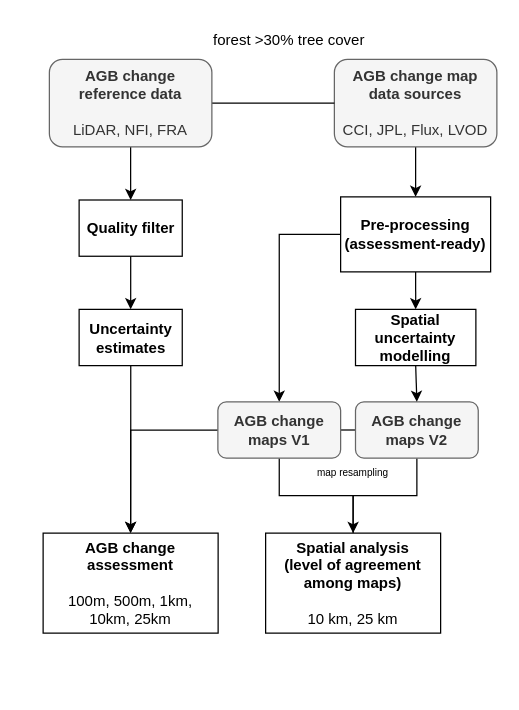
Above: paper2.drawio in arnanaraza/diagrams (draw.io), before the change. Source tidied: cells renumbered, new cells numbered last; positions are measured from the earlier drawing's top-left corner, leaving out a move shared by most shapes. Both pictures are drawn from the tidied source at 125%, with x=0, y=0 at pixel (42, 21).
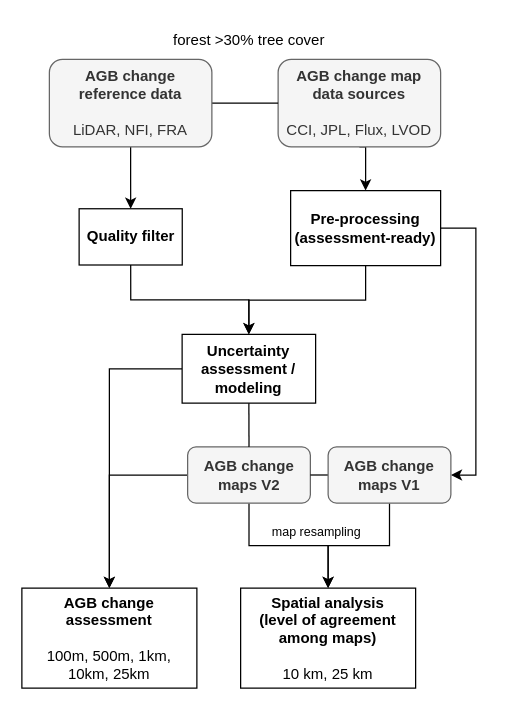
The same diagram, later.

What changed in the source:
```diff
@@
     <mxCell id="3" value="&lt;b&gt;AGB change map data sources&lt;br&gt;&lt;/b&gt;&lt;br&gt;CCI, JPL, Flux, LVOD&lt;span style=&quot;font-family: &amp;#34;helvetica&amp;#34;&quot;&gt;&lt;br&gt;&lt;/span&gt;" style="rounded=1;whiteSpace=wrap;html=1;fillColor=#f5f5f5;fontColor=#333333;strokeColor=#666666;" parent="1" vertex="1">
-      <mxGeometry x="233" y="30" width="130" height="70" as="geometry" />
+      <mxGeometry x="188" y="30" width="130" height="70" as="geometry" />
     </mxCell>
-    <mxCell id="4" style="edgeStyle=orthogonalEdgeStyle;rounded=0;jettySize=auto;html=1;exitX=0;exitY=0.5;exitDx=0;exitDy=0;entryX=1;entryY=0.5;entryDx=0;entryDy=0;endArrow=none;endFill=0;" parent="1" edge="1" source="6" target="24">
-      <mxGeometry relative="1" as="geometry" />
-    </mxCell>
-    <mxCell id="5" style="edgeStyle=orthogonalEdgeStyle;rounded=0;jettySize=auto;html=1;exitX=0.5;exitY=1;exitDx=0;exitDy=0;entryX=0.5;entryY=0;entryDx=0;entryDy=0;endArrow=none;endFill=0;" parent="1" edge="1" source="6" target="11">
+    <mxCell id="5" style="edgeStyle=orthogonalEdgeStyle;rounded=0;jettySize=auto;html=1;exitX=0.5;exitY=1;exitDx=0;exitDy=0;entryX=0.5;entryY=0;entryDx=0;entryDy=0;fontSize=10;endArrow=classic;endFill=1;" parent="1" edge="1" source="6" target="11">
       <mxGeometry relative="1" as="geometry" />
     </mxCell>
+    <mxCell id="26" style="edgeStyle=orthogonalEdgeStyle;rounded=0;jettySize=auto;html=1;exitX=0;exitY=0.5;exitDx=0;exitDy=0;entryX=0.5;entryY=0;entryDx=0;entryDy=0;fontSize=10;endArrow=classic;endFill=1;" parent="1" edge="1" source="6" target="7">
+      <mxGeometry relative="1" as="geometry" />
+    </mxCell>
     <mxCell id="6" value="&lt;b&gt;AGB change maps V2&lt;br&gt;&lt;/b&gt;" style="rounded=1;whiteSpace=wrap;html=1;fillColor=#f5f5f5;strokeColor=#666666;fontColor=#333333;" parent="1" vertex="1">
-      <mxGeometry x="249.9" y="304" width="98.2" height="45" as="geometry" />
+      <mxGeometry x="115.6" y="340" width="98.2" height="45" as="geometry" />
     </mxCell>
     <mxCell id="7" value="&lt;b&gt;AGB change assessment&lt;/b&gt;&lt;br&gt;&lt;br&gt;100m, 500m, 1km, &lt;br&gt;10km, 25km" style="rounded=0;whiteSpace=wrap;html=1;" parent="1" vertex="1">
-      <mxGeometry y="409" width="140" height="80" as="geometry" />
+      <mxGeometry x="-17" y="453" width="140" height="80" as="geometry" />
     </mxCell>
-    <mxCell id="8" style="edgeStyle=orthogonalEdgeStyle;rounded=0;jettySize=auto;html=1;exitX=0.5;exitY=1;exitDx=0;exitDy=0;entryX=0.5;entryY=0;entryDx=0;entryDy=0;" parent="1" edge="1" source="9" target="6">
-      <mxGeometry relative="1" as="geometry" />
-    </mxCell>
-    <mxCell id="9" value="&lt;b&gt;Spatial uncertainty modelling &lt;br&gt;&lt;/b&gt;" style="rounded=0;whiteSpace=wrap;html=1;" parent="1" vertex="1">
-      <mxGeometry x="249.9" y="230" width="96.3" height="45" as="geometry" />
-    </mxCell>
     <mxCell id="10" value="forest &amp;gt;30% tree cover" style="text;html=1;strokeColor=none;fillColor=none;align=center;verticalAlign=middle;whiteSpace=wrap;rounded=0;" parent="1" vertex="1">
-      <mxGeometry x="98" width="197.5" height="30" as="geometry" />
+      <mxGeometry x="65.9" width="197.5" height="30" as="geometry" />
     </mxCell>
     <mxCell id="11" value="&lt;b&gt;Spatial analysis &lt;br&gt;(level of agreement among maps)&lt;br&gt;&lt;/b&gt;&lt;br&gt;10 km, 25 km" style="rounded=0;whiteSpace=wrap;html=1;" parent="1" vertex="1">
-      <mxGeometry x="178" y="409" width="140" height="80" as="geometry" />
+      <mxGeometry x="158" y="453" width="140" height="80" as="geometry" />
     </mxCell>
-    <mxCell id="12" style="edgeStyle=orthogonalEdgeStyle;rounded=0;jettySize=auto;html=1;entryX=0.5;entryY=0;entryDx=0;entryDy=0;startArrow=none;" parent="1" edge="1" source="16" target="7">
-      <mxGeometry relative="1" as="geometry" />
-    </mxCell>
@@
+    <mxCell id="12" style="edgeStyle=orthogonalEdgeStyle;rounded=0;jettySize=auto;html=1;exitX=0;exitY=0.5;exitDx=0;exitDy=0;entryX=0.5;entryY=0;entryDx=0;entryDy=0;" parent="1" edge="1" source="16" target="7">
+      <mxGeometry relative="1" as="geometry" />
+    </mxCell>
+    <mxCell id="27" style="edgeStyle=orthogonalEdgeStyle;rounded=0;jettySize=auto;html=1;exitX=0.5;exitY=1;exitDx=0;exitDy=0;entryX=0.5;entryY=0;entryDx=0;entryDy=0;fontSize=10;endArrow=none;endFill=0;" parent="1" edge="1" source="16" target="6">
+      <mxGeometry relative="1" as="geometry" />
+    </mxCell>
-    <mxCell id="16" value="&lt;b&gt;Uncertainty estimates&lt;/b&gt;" style="rounded=0;whiteSpace=wrap;html=1;" parent="1" vertex="1">
-      <mxGeometry x="28.8" y="230" width="82.5" height="45" as="geometry" />
+    <mxCell id="16" value="&lt;b&gt;Uncertainty assessment / modeling&lt;/b&gt;" style="rounded=0;whiteSpace=wrap;html=1;" parent="1" vertex="1">
+      <mxGeometry x="111.2" y="250" width="106.8" height="55" as="geometry" />
     </mxCell>
@@
     <mxCell id="18" value="&lt;b&gt;Quality filter&lt;/b&gt;" style="rounded=0;whiteSpace=wrap;html=1;" parent="1" vertex="1">
-      <mxGeometry x="28.8" y="142.5" width="82.5" height="45" as="geometry" />
+      <mxGeometry x="28.8" y="149.5" width="82.5" height="45" as="geometry" />
     </mxCell>
-    <mxCell id="19" style="edgeStyle=orthogonalEdgeStyle;rounded=0;jettySize=auto;html=1;exitX=0.5;exitY=1;exitDx=0;exitDy=0;entryX=0.5;entryY=0;entryDx=0;entryDy=0;" parent="1" edge="1" source="21" target="9">
-      <mxGeometry relative="1" as="geometry" />
-    </mxCell>
+    <mxCell id="28" style="edgeStyle=orthogonalEdgeStyle;rounded=0;jettySize=auto;html=1;exitX=0.5;exitY=1;exitDx=0;exitDy=0;entryX=0.5;entryY=0;entryDx=0;entryDy=0;" parent="1" edge="1" source="21" target="16">
+      <mxGeometry relative="1" as="geometry" />
+    </mxCell>
-    <mxCell id="20" style="edgeStyle=orthogonalEdgeStyle;rounded=0;jettySize=auto;html=1;exitX=0;exitY=0.5;exitDx=0;exitDy=0;entryX=0.5;entryY=0;entryDx=0;entryDy=0;" parent="1" edge="1" source="21" target="24">
+    <mxCell id="20" style="edgeStyle=orthogonalEdgeStyle;rounded=0;jettySize=auto;html=1;exitX=1;exitY=0.5;exitDx=0;exitDy=0;entryX=1;entryY=0.5;entryDx=0;entryDy=0;fontSize=10;endArrow=classic;endFill=1;" parent="1" edge="1" source="21" target="24">
       <mxGeometry relative="1" as="geometry" />
     </mxCell>
     <mxCell id="21" value="&lt;b&gt;Pre-processing (assessment-ready)&lt;/b&gt;" style="rounded=0;whiteSpace=wrap;html=1;" parent="1" vertex="1">
-      <mxGeometry x="238" y="140" width="120" height="60" as="geometry" />
+      <mxGeometry x="198" y="135" width="120" height="60" as="geometry" />
     </mxCell>
-    <mxCell id="22" style="edgeStyle=orthogonalEdgeStyle;rounded=0;jettySize=auto;html=1;exitX=0.5;exitY=1;exitDx=0;exitDy=0;entryX=0.5;entryY=0;entryDx=0;entryDy=0;" parent="1" edge="1" source="24" target="11">
+    <mxCell id="22" style="edgeStyle=orthogonalEdgeStyle;rounded=0;jettySize=auto;html=1;exitX=0.5;exitY=1;exitDx=0;exitDy=0;entryX=0.5;entryY=0;entryDx=0;entryDy=0;fontSize=10;endArrow=classic;endFill=1;" parent="1" edge="1" source="24" target="11">
       <mxGeometry relative="1" as="geometry" />
     </mxCell>
-    <mxCell id="23" style="edgeStyle=orthogonalEdgeStyle;rounded=0;jettySize=auto;html=1;exitX=0;exitY=0.5;exitDx=0;exitDy=0;entryX=0.5;entryY=0;entryDx=0;entryDy=0;" parent="1" edge="1" source="24" target="7">
-      <mxGeometry relative="1" as="geometry" />
-    </mxCell>
+    <mxCell id="29" style="edgeStyle=orthogonalEdgeStyle;rounded=0;jettySize=auto;html=1;exitX=0;exitY=0.5;exitDx=0;exitDy=0;entryX=1;entryY=0.5;entryDx=0;entryDy=0;fontSize=10;endArrow=none;endFill=0;" parent="1" edge="1" source="24" target="6">
+      <mxGeometry relative="1" as="geometry" />
+    </mxCell>
     <mxCell id="24" value="&lt;b&gt;AGB change maps V1&lt;br&gt;&lt;/b&gt;" style="rounded=1;whiteSpace=wrap;html=1;fillColor=#f5f5f5;strokeColor=#666666;fontColor=#333333;" parent="1" vertex="1">
-      <mxGeometry x="139.8" y="304" width="98.2" height="45" as="geometry" />
+      <mxGeometry x="228" y="340" width="98.2" height="45" as="geometry" />
     </mxCell>
-    <mxCell id="25" value="map resampling" style="text;html=1;strokeColor=none;fillColor=none;align=center;verticalAlign=middle;whiteSpace=wrap;rounded=0;fontSize=8;" parent="1" vertex="1">
-      <mxGeometry x="188" y="360" width="120" as="geometry" />
+    <mxCell id="25" value="&lt;font style=&quot;font-size: 10px&quot;&gt;map resampling&lt;/font&gt;" style="text;html=1;strokeColor=none;fillColor=none;align=center;verticalAlign=middle;whiteSpace=wrap;rounded=0;fontSize=8;" parent="1" vertex="1">
+      <mxGeometry x="159" y="407" width="120" as="geometry" />
     </mxCell>
```
